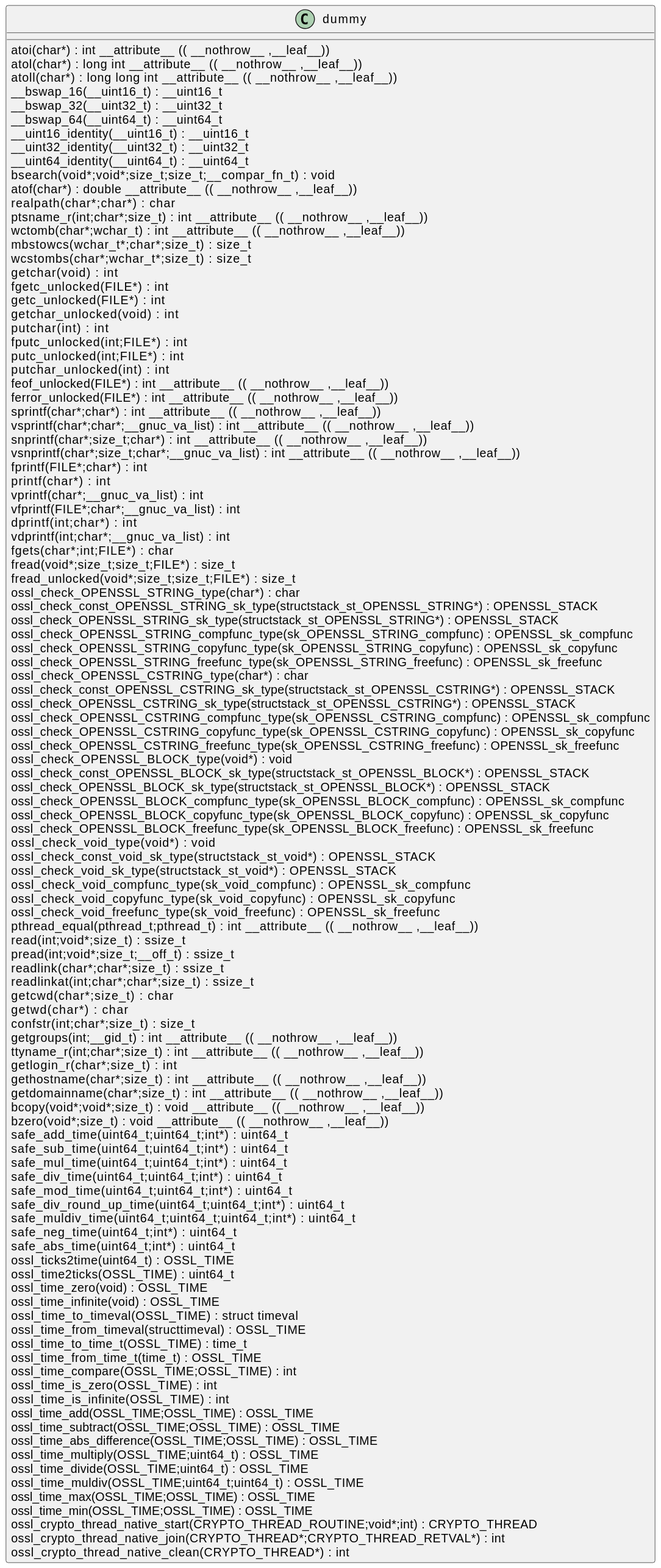
Before: docs/qc/crypto/thread/arch.c.svg, a diagram exported from PlantUML (qualitesys/openssl).
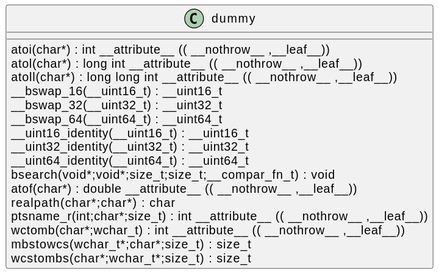
After the change.

Diff of the diagram source:
```diff
@@ -1,114 +1,21 @@
 @startuml
 !pragma layout smetana
 class dummy {
-atoi(char*) :  int  __attribute__ (( __nothrow__ ,__leaf__)) [[[./../../.././qc/crypto/thread/arch.c.html#509]]]
-atol(char*) :  long  int  __attribute__ (( __nothrow__ ,__leaf__)) [[[./../../.././qc/crypto/thread/arch.c.html#514]]]
-atoll(char*) :  long  long  int  __attribute__ (( __nothrow__ ,__leaf__)) [[[./../../.././qc/crypto/thread/arch.c.html#521]]]
-__bswap_16(__uint16_t) : __uint16_t [[[./../../.././qc/crypto/thread/arch.c.html#683]]]
-__bswap_32(__uint32_t) : __uint32_t [[[./../../.././qc/crypto/thread/arch.c.html#698]]]
-__bswap_64(__uint64_t) : __uint64_t [[[./../../.././qc/crypto/thread/arch.c.html#708]]]
-__uint16_identity(__uint16_t) : __uint16_t [[[./../../.././qc/crypto/thread/arch.c.html#720]]]
-__uint32_identity(__uint32_t) : __uint32_t [[[./../../.././qc/crypto/thread/arch.c.html#726]]]
-__uint64_identity(__uint64_t) : __uint64_t [[[./../../.././qc/crypto/thread/arch.c.html#732]]]
-bsearch(void*;void*;size_t;size_t;__compar_fn_t) :  void  [[[./../../.././qc/crypto/thread/arch.c.html#1400]]]
+atoi(char*) :  int  __attribute__ (( __nothrow__ ,__leaf__)) [[[./../../.././qc/crypto/thread/arch.c.html#510]]]
+atol(char*) :  long  int  __attribute__ (( __nothrow__ ,__leaf__)) [[[./../../.././qc/crypto/thread/arch.c.html#515]]]
+atoll(char*) :  long  long  int  __attribute__ (( __nothrow__ ,__leaf__)) [[[./../../.././qc/crypto/thread/arch.c.html#522]]]
+__bswap_16(__uint16_t) : __uint16_t [[[./../../.././qc/crypto/thread/arch.c.html#684]]]
+__bswap_32(__uint32_t) : __uint32_t [[[./../../.././qc/crypto/thread/arch.c.html#699]]]
+__bswap_64(__uint64_t) : __uint64_t [[[./../../.././qc/crypto/thread/arch.c.html#709]]]
+__uint16_identity(__uint16_t) : __uint16_t [[[./../../.././qc/crypto/thread/arch.c.html#721]]]
+__uint32_identity(__uint32_t) : __uint32_t [[[./../../.././qc/crypto/thread/arch.c.html#727]]]
+__uint64_identity(__uint64_t) : __uint64_t [[[./../../.././qc/crypto/thread/arch.c.html#733]]]
+bsearch(void*;void*;size_t;size_t;__compar_fn_t) :  void  [[[./../../.././qc/crypto/thread/arch.c.html#1417]]]
 atof(char*) :  double  __attribute__ (( __nothrow__ ,__leaf__)) [[[./../../.././qc/crypto/thread/arch.c.html#1]]]
 realpath(char*;char*) :  char  [[[./../../.././qc/crypto/thread/arch.c.html#1]]]
 ptsname_r(int;char*;size_t) :  int  __attribute__ (( __nothrow__ ,__leaf__)) [[[./../../.././qc/crypto/thread/arch.c.html#1]]]
 wctomb(char*;wchar_t) :  int  __attribute__ (( __nothrow__ ,__leaf__)) [[[./../../.././qc/crypto/thread/arch.c.html#1]]]
 mbstowcs(wchar_t*;char*;size_t) : size_t [[[./../../.././qc/crypto/thread/arch.c.html#1]]]
 wcstombs(char*;wchar_t*;size_t) : size_t [[[./../../.././qc/crypto/thread/arch.c.html#1]]]
-getchar(void) :  int  [[[./../../.././qc/crypto/thread/arch.c.html#1]]]
-fgetc_unlocked(FILE*) :  int  [[[./../../.././qc/crypto/thread/arch.c.html#1]]]
-getc_unlocked(FILE*) :  int  [[[./../../.././qc/crypto/thread/arch.c.html#1]]]
-getchar_unlocked(void) :  int  [[[./../../.././qc/crypto/thread/arch.c.html#1]]]
-putchar(int) :  int  [[[./../../.././qc/crypto/thread/arch.c.html#1]]]
-fputc_unlocked(int;FILE*) :  int  [[[./../../.././qc/crypto/thread/arch.c.html#1]]]
-putc_unlocked(int;FILE*) :  int  [[[./../../.././qc/crypto/thread/arch.c.html#1]]]
-putchar_unlocked(int) :  int  [[[./../../.././qc/crypto/thread/arch.c.html#1]]]
-feof_unlocked(FILE*) :  int  __attribute__ (( __nothrow__ ,__leaf__)) [[[./../../.././qc/crypto/thread/arch.c.html#1]]]
-ferror_unlocked(FILE*) :  int  __attribute__ (( __nothrow__ ,__leaf__)) [[[./../../.././qc/crypto/thread/arch.c.html#1]]]
-sprintf(char*;char*) :  int  __attribute__ (( __nothrow__ ,__leaf__)) [[[./../../.././qc/crypto/thread/arch.c.html#1]]]
-vsprintf(char*;char*;__gnuc_va_list) :  int  __attribute__ (( __nothrow__ ,__leaf__)) [[[./../../.././qc/crypto/thread/arch.c.html#1]]]
-snprintf(char*;size_t;char*) :  int  __attribute__ (( __nothrow__ ,__leaf__)) [[[./../../.././qc/crypto/thread/arch.c.html#1]]]
-vsnprintf(char*;size_t;char*;__gnuc_va_list) :  int  __attribute__ (( __nothrow__ ,__leaf__)) [[[./../../.././qc/crypto/thread/arch.c.html#1]]]
-fprintf(FILE*;char*) :  int  [[[./../../.././qc/crypto/thread/arch.c.html#1]]]
-printf(char*) :  int  [[[./../../.././qc/crypto/thread/arch.c.html#1]]]
-vprintf(char*;__gnuc_va_list) :  int  [[[./../../.././qc/crypto/thread/arch.c.html#1]]]
-vfprintf(FILE*;char*;__gnuc_va_list) :  int  [[[./../../.././qc/crypto/thread/arch.c.html#1]]]
-dprintf(int;char*) :  int  [[[./../../.././qc/crypto/thread/arch.c.html#1]]]
-vdprintf(int;char*;__gnuc_va_list) :  int  [[[./../../.././qc/crypto/thread/arch.c.html#1]]]
-fgets(char*;int;FILE*) :  char  [[[./../../.././qc/crypto/thread/arch.c.html#1]]]
-fread(void*;size_t;size_t;FILE*) : size_t [[[./../../.././qc/crypto/thread/arch.c.html#1]]]
-fread_unlocked(void*;size_t;size_t;FILE*) : size_t [[[./../../.././qc/crypto/thread/arch.c.html#1]]]
-ossl_check_OPENSSL_STRING_type(char*) :  char  [[[./../../.././qc/crypto/thread/arch.c.html#1]]]
-ossl_check_const_OPENSSL_STRING_sk_type(structstack_st_OPENSSL_STRING*) : OPENSSL_STACK [[[./../../.././qc/crypto/thread/arch.c.html#1]]]
-ossl_check_OPENSSL_STRING_sk_type(structstack_st_OPENSSL_STRING*) : OPENSSL_STACK [[[./../../.././qc/crypto/thread/arch.c.html#1]]]
-ossl_check_OPENSSL_STRING_compfunc_type(sk_OPENSSL_STRING_compfunc) : OPENSSL_sk_compfunc [[[./../../.././qc/crypto/thread/arch.c.html#1]]]
-ossl_check_OPENSSL_STRING_copyfunc_type(sk_OPENSSL_STRING_copyfunc) : OPENSSL_sk_copyfunc [[[./../../.././qc/crypto/thread/arch.c.html#1]]]
-ossl_check_OPENSSL_STRING_freefunc_type(sk_OPENSSL_STRING_freefunc) : OPENSSL_sk_freefunc [[[./../../.././qc/crypto/thread/arch.c.html#1]]]
-ossl_check_OPENSSL_CSTRING_type(char*) :  char  [[[./../../.././qc/crypto/thread/arch.c.html#1]]]
-ossl_check_const_OPENSSL_CSTRING_sk_type(structstack_st_OPENSSL_CSTRING*) : OPENSSL_STACK [[[./../../.././qc/crypto/thread/arch.c.html#1]]]
-ossl_check_OPENSSL_CSTRING_sk_type(structstack_st_OPENSSL_CSTRING*) : OPENSSL_STACK [[[./../../.././qc/crypto/thread/arch.c.html#1]]]
-ossl_check_OPENSSL_CSTRING_compfunc_type(sk_OPENSSL_CSTRING_compfunc) : OPENSSL_sk_compfunc [[[./../../.././qc/crypto/thread/arch.c.html#1]]]
-ossl_check_OPENSSL_CSTRING_copyfunc_type(sk_OPENSSL_CSTRING_copyfunc) : OPENSSL_sk_copyfunc [[[./../../.././qc/crypto/thread/arch.c.html#1]]]
-ossl_check_OPENSSL_CSTRING_freefunc_type(sk_OPENSSL_CSTRING_freefunc) : OPENSSL_sk_freefunc [[[./../../.././qc/crypto/thread/arch.c.html#1]]]
-ossl_check_OPENSSL_BLOCK_type(void*) :  void  [[[./../../.././qc/crypto/thread/arch.c.html#1]]]
-ossl_check_const_OPENSSL_BLOCK_sk_type(structstack_st_OPENSSL_BLOCK*) : OPENSSL_STACK [[[./../../.././qc/crypto/thread/arch.c.html#1]]]
-ossl_check_OPENSSL_BLOCK_sk_type(structstack_st_OPENSSL_BLOCK*) : OPENSSL_STACK [[[./../../.././qc/crypto/thread/arch.c.html#1]]]
-ossl_check_OPENSSL_BLOCK_compfunc_type(sk_OPENSSL_BLOCK_compfunc) : OPENSSL_sk_compfunc [[[./../../.././qc/crypto/thread/arch.c.html#1]]]
-ossl_check_OPENSSL_BLOCK_copyfunc_type(sk_OPENSSL_BLOCK_copyfunc) : OPENSSL_sk_copyfunc [[[./../../.././qc/crypto/thread/arch.c.html#1]]]
-ossl_check_OPENSSL_BLOCK_freefunc_type(sk_OPENSSL_BLOCK_freefunc) : OPENSSL_sk_freefunc [[[./../../.././qc/crypto/thread/arch.c.html#1]]]
-ossl_check_void_type(void*) :  void  [[[./../../.././qc/crypto/thread/arch.c.html#1]]]
-ossl_check_const_void_sk_type(structstack_st_void*) : OPENSSL_STACK [[[./../../.././qc/crypto/thread/arch.c.html#1]]]
-ossl_check_void_sk_type(structstack_st_void*) : OPENSSL_STACK [[[./../../.././qc/crypto/thread/arch.c.html#1]]]
-ossl_check_void_compfunc_type(sk_void_compfunc) : OPENSSL_sk_compfunc [[[./../../.././qc/crypto/thread/arch.c.html#1]]]
-ossl_check_void_copyfunc_type(sk_void_copyfunc) : OPENSSL_sk_copyfunc [[[./../../.././qc/crypto/thread/arch.c.html#1]]]
-ossl_check_void_freefunc_type(sk_void_freefunc) : OPENSSL_sk_freefunc [[[./../../.././qc/crypto/thread/arch.c.html#1]]]
-pthread_equal(pthread_t;pthread_t) :  int  __attribute__ (( __nothrow__ ,__leaf__)) [[[./../../.././qc/crypto/thread/arch.c.html#1]]]
-read(int;void*;size_t) : ssize_t [[[./../../.././qc/crypto/thread/arch.c.html#1]]]
-pread(int;void*;size_t;__off_t) : ssize_t [[[./../../.././qc/crypto/thread/arch.c.html#1]]]
-readlink(char*;char*;size_t) : ssize_t [[[./../../.././qc/crypto/thread/arch.c.html#1]]]
-readlinkat(int;char*;char*;size_t) : ssize_t [[[./../../.././qc/crypto/thread/arch.c.html#1]]]
-getcwd(char*;size_t) :  char  [[[./../../.././qc/crypto/thread/arch.c.html#1]]]
-getwd(char*) :  char  [[[./../../.././qc/crypto/thread/arch.c.html#1]]]
-confstr(int;char*;size_t) : size_t [[[./../../.././qc/crypto/thread/arch.c.html#1]]]
-getgroups(int;__gid_t) :  int  __attribute__ (( __nothrow__ ,__leaf__)) [[[./../../.././qc/crypto/thread/arch.c.html#1]]]
-ttyname_r(int;char*;size_t) :  int  __attribute__ (( __nothrow__ ,__leaf__)) [[[./../../.././qc/crypto/thread/arch.c.html#1]]]
-getlogin_r(char*;size_t) :  int  [[[./../../.././qc/crypto/thread/arch.c.html#1]]]
-gethostname(char*;size_t) :  int  __attribute__ (( __nothrow__ ,__leaf__)) [[[./../../.././qc/crypto/thread/arch.c.html#1]]]
-getdomainname(char*;size_t) :  int  __attribute__ (( __nothrow__ ,__leaf__)) [[[./../../.././qc/crypto/thread/arch.c.html#1]]]
-bcopy(void*;void*;size_t) :  void  __attribute__ (( __nothrow__ ,__leaf__)) [[[./../../.././qc/crypto/thread/arch.c.html#1]]]
-bzero(void*;size_t) :  void  __attribute__ (( __nothrow__ ,__leaf__)) [[[./../../.././qc/crypto/thread/arch.c.html#1]]]
-safe_add_time(uint64_t;uint64_t;int*) : uint64_t [[[./../../.././qc/crypto/thread/arch.c.html#1]]]
-safe_sub_time(uint64_t;uint64_t;int*) : uint64_t [[[./../../.././qc/crypto/thread/arch.c.html#1]]]
-safe_mul_time(uint64_t;uint64_t;int*) : uint64_t [[[./../../.././qc/crypto/thread/arch.c.html#1]]]
-safe_div_time(uint64_t;uint64_t;int*) : uint64_t [[[./../../.././qc/crypto/thread/arch.c.html#1]]]
-safe_mod_time(uint64_t;uint64_t;int*) : uint64_t [[[./../../.././qc/crypto/thread/arch.c.html#1]]]
-safe_div_round_up_time(uint64_t;uint64_t;int*) : uint64_t [[[./../../.././qc/crypto/thread/arch.c.html#1]]]
-safe_muldiv_time(uint64_t;uint64_t;uint64_t;int*) : uint64_t [[[./../../.././qc/crypto/thread/arch.c.html#1]]]
-safe_neg_time(uint64_t;int*) : uint64_t [[[./../../.././qc/crypto/thread/arch.c.html#1]]]
-safe_abs_time(uint64_t;int*) : uint64_t [[[./../../.././qc/crypto/thread/arch.c.html#1]]]
-ossl_ticks2time(uint64_t) : OSSL_TIME [[[./../../.././qc/crypto/thread/arch.c.html#1]]]
-ossl_time2ticks(OSSL_TIME) : uint64_t [[[./../../.././qc/crypto/thread/arch.c.html#1]]]
-ossl_time_zero(void) : OSSL_TIME [[[./../../.././qc/crypto/thread/arch.c.html#1]]]
-ossl_time_infinite(void) : OSSL_TIME [[[./../../.././qc/crypto/thread/arch.c.html#1]]]
-ossl_time_to_timeval(OSSL_TIME) :  struct timeval [[[./../../.././qc/crypto/thread/arch.c.html#1]]]
-ossl_time_from_timeval(structtimeval) : OSSL_TIME [[[./../../.././qc/crypto/thread/arch.c.html#1]]]
-ossl_time_to_time_t(OSSL_TIME) : time_t [[[./../../.././qc/crypto/thread/arch.c.html#1]]]
-ossl_time_from_time_t(time_t) : OSSL_TIME [[[./../../.././qc/crypto/thread/arch.c.html#1]]]
-ossl_time_compare(OSSL_TIME;OSSL_TIME) :  int  [[[./../../.././qc/crypto/thread/arch.c.html#1]]]
-ossl_time_is_zero(OSSL_TIME) :  int  [[[./../../.././qc/crypto/thread/arch.c.html#1]]]
-ossl_time_is_infinite(OSSL_TIME) :  int  [[[./../../.././qc/crypto/thread/arch.c.html#1]]]
-ossl_time_add(OSSL_TIME;OSSL_TIME) : OSSL_TIME [[[./../../.././qc/crypto/thread/arch.c.html#1]]]
-ossl_time_subtract(OSSL_TIME;OSSL_TIME) : OSSL_TIME [[[./../../.././qc/crypto/thread/arch.c.html#1]]]
-ossl_time_abs_difference(OSSL_TIME;OSSL_TIME) : OSSL_TIME [[[./../../.././qc/crypto/thread/arch.c.html#1]]]
-ossl_time_multiply(OSSL_TIME;uint64_t) : OSSL_TIME [[[./../../.././qc/crypto/thread/arch.c.html#1]]]
-ossl_time_divide(OSSL_TIME;uint64_t) : OSSL_TIME [[[./../../.././qc/crypto/thread/arch.c.html#1]]]
-ossl_time_muldiv(OSSL_TIME;uint64_t;uint64_t) : OSSL_TIME [[[./../../.././qc/crypto/thread/arch.c.html#1]]]
-ossl_time_max(OSSL_TIME;OSSL_TIME) : OSSL_TIME [[[./../../.././qc/crypto/thread/arch.c.html#1]]]
-ossl_time_min(OSSL_TIME;OSSL_TIME) : OSSL_TIME [[[./../../.././qc/crypto/thread/arch.c.html#1]]]
-ossl_crypto_thread_native_start(CRYPTO_THREAD_ROUTINE;void*;int) : CRYPTO_THREAD [[[./../../.././qc/crypto/thread/arch.c.html#1]]]
-ossl_crypto_thread_native_join(CRYPTO_THREAD*;CRYPTO_THREAD_RETVAL*) :  int  [[[./../../.././qc/crypto/thread/arch.c.html#1]]]
-ossl_crypto_thread_native_clean(CRYPTO_THREAD*) :  int  [[[./../../.././qc/crypto/thread/arch.c.html#1]]]
 }
 @enduml
```
